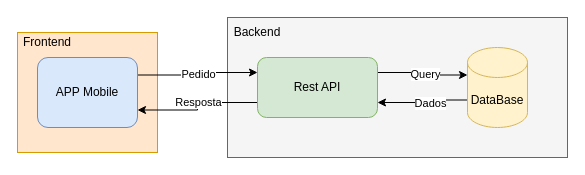
Before: diagrams/Arquitetura de Solução.drawio in Install-Go/install_and_go, a draw.io diagram. Source tidied: cells renumbered, new cells numbered last; positions are measured from the earlier drawing's top-left corner, leaving out a move shared by most shapes. Both pictures are drawn from the tidied source at 100%, with x=0, y=0 at pixel (17, 17).
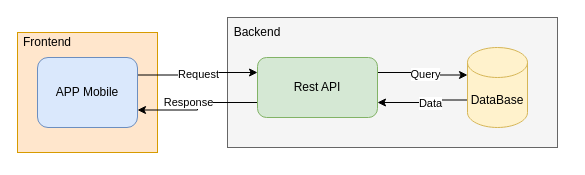
After the change.

Diff of the diagram source:
```diff
@@
 <mxGraphModel>
   <root>
     <mxCell id="0" />
     <mxCell id="1" parent="0" />
     <mxCell id="2" style="rounded=0;whiteSpace=wrap;html=1;fillColor=#ffe6cc;strokeColor=#d79b00;" parent="1" vertex="1">
       <mxGeometry y="15" width="140" height="120" as="geometry" />
     </mxCell>
     <mxCell id="3" style="rounded=0;whiteSpace=wrap;html=1;fillColor=#f5f5f5;fontColor=#333333;strokeColor=#666666;" parent="1" vertex="1">
-      <mxGeometry x="210" width="340" height="140" as="geometry" />
+      <mxGeometry x="210" width="330" height="130" as="geometry" />
     </mxCell>
     <mxCell id="4" style="edgeStyle=orthogonalEdgeStyle;rounded=0;jettySize=auto;html=1;exitX=1;exitY=0.25;exitDx=0;exitDy=0;entryX=0;entryY=0.25;entryDx=0;entryDy=0;" parent="1" edge="1" source="6" target="11">
       <mxGeometry relative="1" as="geometry" />
     </mxCell>
-    <mxCell id="5" value="Pedido" style="edgeLabel;html=1;align=center;verticalAlign=middle;" parent="4" vertex="1">
+    <mxCell id="5" value="Request" style="edgeLabel;html=1;align=center;verticalAlign=middle;" parent="4" vertex="1">
       <mxGeometry x="-0.12" y="1" relative="1" as="geometry">
         <mxPoint x="6" as="offset" />
       </mxGeometry>
     </mxCell>
     <mxCell id="6" value="APP Mobile" style="rounded=1;whiteSpace=wrap;html=1;fillColor=#dae8fc;strokeColor=#6c8ebf;" parent="1" vertex="1">
       <mxGeometry x="20" y="40" width="100" height="70" as="geometry" />
     </mxCell>
     <mxCell id="7" style="edgeStyle=orthogonalEdgeStyle;rounded=0;jettySize=auto;html=1;exitX=0;exitY=0.75;exitDx=0;exitDy=0;entryX=1;entryY=0.75;entryDx=0;entryDy=0;" parent="1" edge="1" source="11" target="6">
       <mxGeometry relative="1" as="geometry" />
     </mxCell>
-    <mxCell id="8" value="Resposta" style="edgeLabel;html=1;align=center;verticalAlign=middle;" parent="7" vertex="1">
+    <mxCell id="8" value="Response" style="edgeLabel;html=1;align=center;verticalAlign=middle;" parent="7" vertex="1">
       <mxGeometry x="-0.15" y="-1" relative="1" as="geometry">
-        <mxPoint x="-6" as="offset" />
+        <mxPoint x="-16" as="offset" />
       </mxGeometry>
     </mxCell>
     <mxCell id="9" style="edgeStyle=orthogonalEdgeStyle;rounded=0;jettySize=auto;html=1;exitX=1;exitY=0.25;exitDx=0;exitDy=0;entryX=0;entryY=0;entryDx=0;entryDy=27.5;entryPerimeter=0;" parent="1" edge="1" source="11" target="14">
       <mxGeometry relative="1" as="geometry" />
     </mxCell>
     <mxCell id="10" value="Query" style="edgeLabel;html=1;align=center;verticalAlign=middle;" parent="9" vertex="1">
       <mxGeometry x="0.31" y="1" relative="1" as="geometry">
         <mxPoint x="-11" as="offset" />
       </mxGeometry>
     </mxCell>
     <mxCell id="11" value="Rest API" style="rounded=1;whiteSpace=wrap;html=1;fillColor=#d5e8d4;strokeColor=#82b366;" parent="1" vertex="1">
       <mxGeometry x="240" y="40" width="120" height="60" as="geometry" />
     </mxCell>
     <mxCell id="12" style="edgeStyle=orthogonalEdgeStyle;rounded=0;jettySize=auto;html=1;exitX=0;exitY=0;exitDx=0;exitDy=52.5;exitPerimeter=0;entryX=1;entryY=0.75;entryDx=0;entryDy=0;" parent="1" edge="1" source="14" target="11">
       <mxGeometry relative="1" as="geometry" />
     </mxCell>
-    <mxCell id="13" value="Dados" style="edgeLabel;html=1;align=center;verticalAlign=middle;" parent="12" vertex="1">
+    <mxCell id="13" value="Data" style="edgeLabel;html=1;align=center;verticalAlign=middle;" parent="12" vertex="1">
       <mxGeometry x="0.25" relative="1" as="geometry">
         <mxPoint x="18" as="offset" />
       </mxGeometry>
     </mxCell>
     <mxCell id="14" value="DataBase" style="shape=cylinder3;whiteSpace=wrap;html=1;boundedLbl=1;backgroundOutline=1;size=15;fillColor=#fff2cc;strokeColor=#d6b656;" parent="1" vertex="1">
       <mxGeometry x="450" y="30" width="60" height="80" as="geometry" />
     </mxCell>
     <mxCell id="15" value="Backend" style="text;html=1;strokeColor=none;fillColor=none;align=center;verticalAlign=middle;whiteSpace=wrap;rounded=0;" parent="1" vertex="1">
       <mxGeometry x="210" width="60" height="30" as="geometry" />
     </mxCell>
     <mxCell id="16" value="Frontend" style="text;html=1;strokeColor=none;fillColor=none;align=center;verticalAlign=middle;whiteSpace=wrap;rounded=0;" parent="1" vertex="1">
       <mxGeometry y="10" width="60" height="30" as="geometry" />
     </mxCell>
   </root>
 </mxGraphModel>
```
